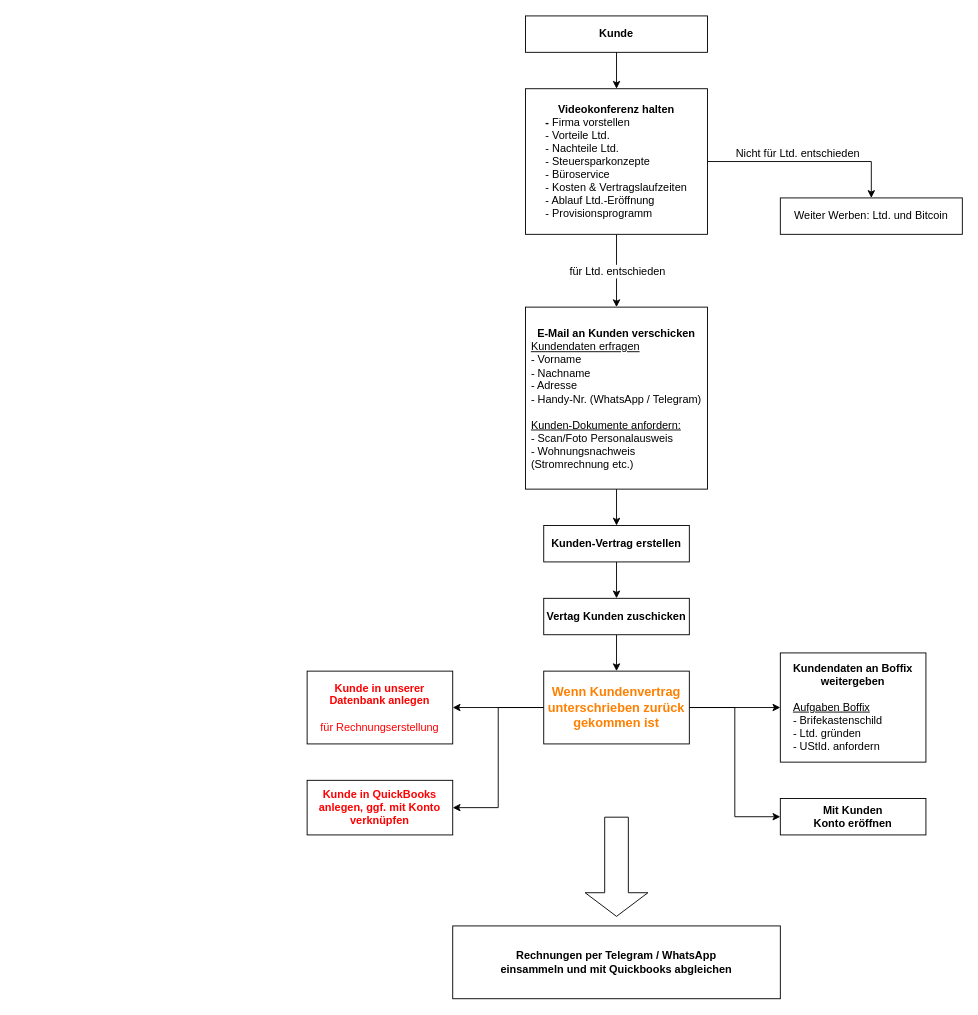
Earlier version of the draw.io diagram Limited.drawio (schlippi-git/diagrams). Source tidied: cells renumbered, new cells numbered last; positions are measured from the earlier drawing's top-left corner, leaving out a move shared by most shapes. Both pictures are drawn from the tidied source at 91%, with x=0, y=0 at pixel (307, 15).
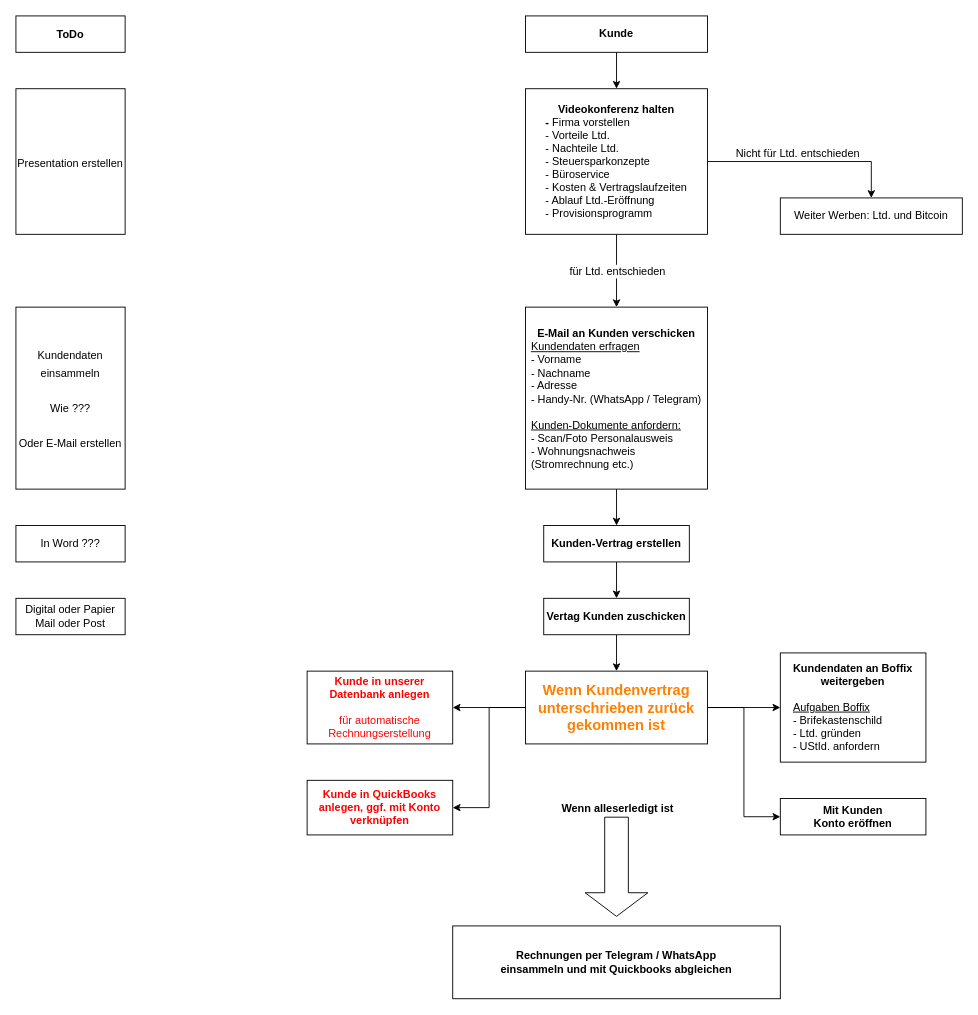
After the change.

Unchanged cells that the change refers to:
```xml
<mxCell id="18" style="shape=flexArrow;endArrow=classic;html=1;rounded=0;fontSize=12;fontColor=#FF0000;endWidth=42;endSize=8.33;width=26;" parent="1" edge="1">
  <mxGeometry relative="1" as="geometry">
    <mxPoint x="340" y="880" as="sourcePoint" />
    <mxPoint x="340" y="990" as="targetPoint" />
  </mxGeometry>
</mxCell>
```

The edit, as a diff of the source:
```diff
@@
-    <mxCell id="16" value="&lt;div&gt;&lt;b&gt;Kunde in unserer&lt;/b&gt;&lt;/div&gt;&lt;div&gt;&lt;b&gt;Datenbank anlegen&lt;/b&gt;&lt;/div&gt;&lt;div&gt;&lt;br&gt;&lt;/div&gt;&lt;div&gt;für Rechnungserstellung&lt;b&gt;&lt;br&gt;&lt;/b&gt;&lt;/div&gt;" style="rounded=0;whiteSpace=wrap;html=1;fontSize=12;fontColor=#ff0000;" parent="1" vertex="1">
+    <mxCell id="16" value="&lt;div&gt;&lt;b&gt;Kunde in unserer&lt;/b&gt;&lt;/div&gt;&lt;div&gt;&lt;b&gt;Datenbank anlegen&lt;/b&gt;&lt;/div&gt;&lt;div&gt;&lt;br&gt;&lt;/div&gt;&lt;div&gt;für automatische Rechnungserstellung&lt;b&gt;&lt;br&gt;&lt;/b&gt;&lt;/div&gt;" style="rounded=0;whiteSpace=wrap;html=1;fontSize=12;fontColor=#ff0000;" parent="1" vertex="1">
       <mxGeometry y="720" width="160" height="80" as="geometry" />
     </mxCell>
@@
+    <mxCell id="27" value="Wenn alleserledigt ist" style="edgeLabel;html=1;align=center;verticalAlign=middle;fontSize=12;fontColor=#000000;fontStyle=1;" parent="18" vertex="1">
+      <mxGeometry x="-0.24" y="-3" relative="1" as="geometry">
+        <mxPoint x="3" y="-52" as="offset" />
+      </mxGeometry>
+    </mxCell>
@@
-    <mxCell id="26" value="&lt;b style=&quot;font-size: 14px;&quot;&gt;Wenn Kundenvertrag unterschrieben zurück gekommen ist&lt;br style=&quot;font-size: 14px;&quot;&gt;&lt;/b&gt;" style="rounded=0;whiteSpace=wrap;html=1;fontSize=14;fontColor=#FF8000;" parent="1" vertex="1">
-      <mxGeometry x="260" y="720" width="160" height="80" as="geometry" />
+    <mxCell id="26" value="&lt;font style=&quot;font-size: 16px;&quot;&gt;&lt;b style=&quot;&quot;&gt;Wenn Kundenvertrag unterschrieben zurück gekommen ist&lt;br style=&quot;&quot;&gt;&lt;/b&gt;&lt;/font&gt;" style="rounded=0;whiteSpace=wrap;html=1;fontSize=14;fontColor=#FF8000;" parent="1" vertex="1">
+      <mxGeometry x="240" y="720" width="200" height="80" as="geometry" />
     </mxCell>
+    <mxCell id="28" value="&lt;font style=&quot;font-size: 13px;&quot;&gt;&lt;b&gt;&lt;font style=&quot;font-size: 13px;&quot; color=&quot;#000000&quot;&gt;&lt;font style=&quot;font-size: 12px;&quot;&gt;ToDo&lt;/font&gt;&lt;/font&gt;&lt;/b&gt;&lt;/font&gt;" style="rounded=0;whiteSpace=wrap;html=1;fontSize=14;fontColor=#FF8000;" parent="1" vertex="1">
+      <mxGeometry x="-320" width="120" height="40" as="geometry" />
+    </mxCell>
+    <mxCell id="29" value="&lt;font style=&quot;font-size: 15px;&quot;&gt;&lt;font style=&quot;font-size: 14px;&quot;&gt;&lt;font style=&quot;font-size: 13px;&quot;&gt;&lt;font style=&quot;font-size: 12px;&quot;&gt;Presentation erstellen&lt;/font&gt;&lt;/font&gt;&lt;/font&gt;&lt;/font&gt;" style="rounded=0;whiteSpace=wrap;html=1;fontSize=16;fontColor=#000000;" parent="1" vertex="1">
+      <mxGeometry x="-320" y="80" width="120" height="160" as="geometry" />
+    </mxCell>
+    <mxCell id="30" value="&lt;div&gt;&lt;font style=&quot;font-size: 15px;&quot;&gt;&lt;font style=&quot;font-size: 14px;&quot;&gt;&lt;font style=&quot;font-size: 13px;&quot;&gt;&lt;font style=&quot;font-size: 12px;&quot;&gt;Kundendaten einsammeln&lt;/font&gt;&lt;/font&gt;&lt;/font&gt;&lt;/font&gt;&lt;/div&gt;&lt;div&gt;&lt;font style=&quot;font-size: 15px;&quot;&gt;&lt;font style=&quot;font-size: 14px;&quot;&gt;&lt;font style=&quot;font-size: 13px;&quot;&gt;&lt;font style=&quot;font-size: 12px;&quot;&gt;&lt;br&gt;&lt;/font&gt;&lt;/font&gt;&lt;/font&gt;&lt;/font&gt;&lt;/div&gt;&lt;div&gt;&lt;font style=&quot;font-size: 15px;&quot;&gt;&lt;font style=&quot;font-size: 14px;&quot;&gt;&lt;font style=&quot;font-size: 13px;&quot;&gt;&lt;font style=&quot;font-size: 12px;&quot;&gt;Wie ???&lt;/font&gt;&lt;/font&gt;&lt;/font&gt;&lt;/font&gt;&lt;/div&gt;&lt;div&gt;&lt;font style=&quot;font-size: 15px;&quot;&gt;&lt;font style=&quot;font-size: 14px;&quot;&gt;&lt;font style=&quot;font-size: 13px;&quot;&gt;&lt;font style=&quot;font-size: 12px;&quot;&gt;&lt;br&gt;&lt;/font&gt;&lt;/font&gt;&lt;/font&gt;&lt;/font&gt;&lt;/div&gt;&lt;div&gt;&lt;font style=&quot;font-size: 15px;&quot;&gt;&lt;font style=&quot;font-size: 14px;&quot;&gt;&lt;font style=&quot;font-size: 13px;&quot;&gt;&lt;font style=&quot;font-size: 12px;&quot;&gt;Oder E-Mail erstellen&lt;br&gt;&lt;/font&gt;&lt;/font&gt;&lt;/font&gt;&lt;/font&gt;&lt;/div&gt;" style="rounded=0;whiteSpace=wrap;html=1;fontSize=16;fontColor=#000000;" parent="1" vertex="1">
+      <mxGeometry x="-320" y="320" width="120" height="200" as="geometry" />
+    </mxCell>
+    <mxCell id="31" value="In Word ???" style="rounded=0;whiteSpace=wrap;html=1;fontSize=12;fontColor=#000000;" parent="1" vertex="1">
+      <mxGeometry x="-320" y="560" width="120" height="40" as="geometry" />
+    </mxCell>
+    <mxCell id="32" value="&lt;div&gt;Digital oder Papier&lt;/div&gt;&lt;div&gt;Mail oder Post&lt;br&gt;&lt;/div&gt;" style="rounded=0;whiteSpace=wrap;html=1;fontSize=12;fontColor=#000000;" parent="1" vertex="1">
+      <mxGeometry x="-320" y="640" width="120" height="40" as="geometry" />
+    </mxCell>
```
